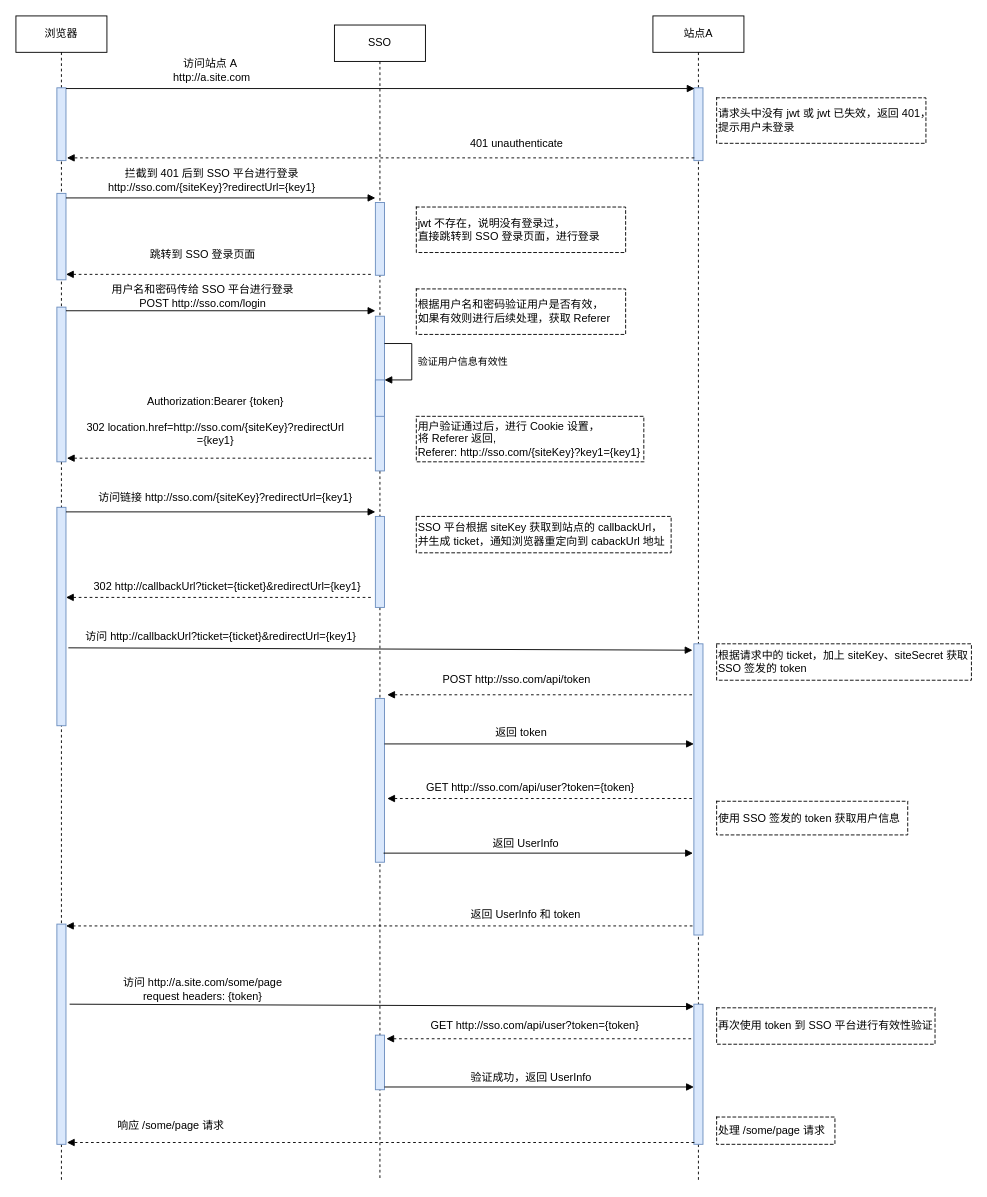
Earlier version of the draw.io diagram doc/单点登录时序图.drawio (Octoveau/sso-admin-service). Source tidied: cells renumbered, new cells numbered last; positions are measured from the earlier drawing's top-left corner, leaving out a move shared by most shapes. Both pictures are drawn from the tidied source at 91%, with x=0, y=0 at pixel (15, 15).
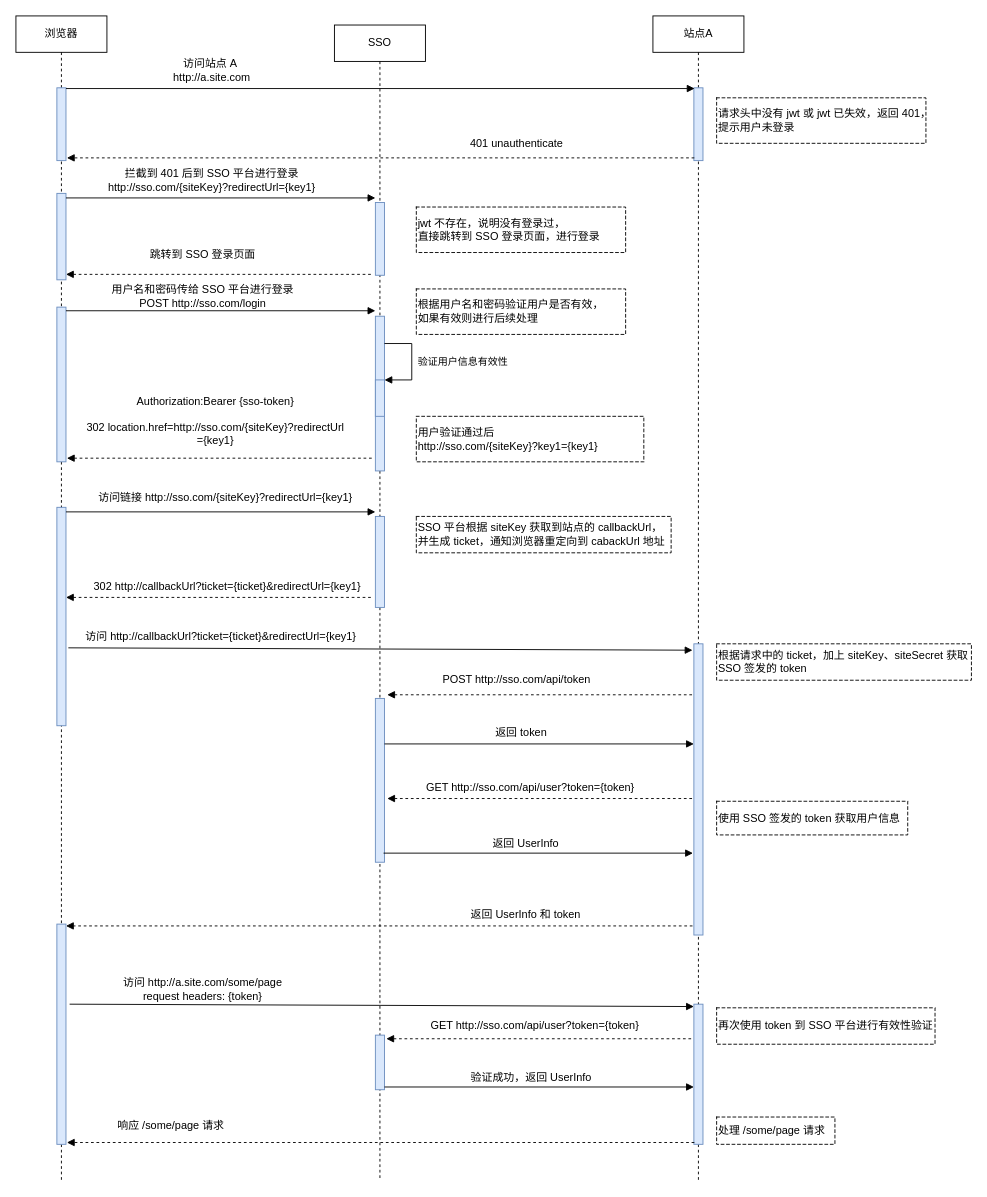
Above is the later version.

The change refers to these unchanged cells:
```xml
<mxCell id="9" value="SSO" style="shape=umlLifeline;perimeter=lifelinePerimeter;whiteSpace=wrap;html=1;" parent="1" vertex="1">
  <mxGeometry x="350" y="10" width="100" height="1270" as="geometry" />
</mxCell>
```

What changed in the source:
```diff
@@
-    <mxCell id="17" value="&lt;span style=&quot;text-align: left;&quot;&gt;Authorization&lt;/span&gt;:&lt;span style=&quot;text-align: left;&quot;&gt;Bearer&amp;nbsp;&lt;/span&gt;{token}&lt;br&gt;&lt;br&gt;302 location.href=http://sso.com/{siteKey}?redirectUrl&lt;br&gt;={key1}" style="text;html=1;align=center;verticalAlign=middle;strokeColor=none;fillColor=none;" parent="9" vertex="1">
+    <mxCell id="17" value="&lt;span style=&quot;text-align: left;&quot;&gt;Authorization&lt;/span&gt;:&lt;span style=&quot;text-align: left;&quot;&gt;Bearer&amp;nbsp;&lt;/span&gt;{sso-token}&lt;br&gt;&lt;br&gt;302 location.href=http://sso.com/{siteKey}?redirectUrl&lt;br&gt;={key1}" style="text;html=1;align=center;verticalAlign=middle;strokeColor=none;fillColor=none;" parent="9" vertex="1">
       <mxGeometry x="-286" y="400" width="310" height="70" as="geometry" />
     </mxCell>
@@
-    <mxCell id="34" value="根据用户名和密码验证用户是否有效，&lt;br&gt;如果有效则进行后续处理，获取 Referer" style="shape=partialRectangle;html=1;top=1;align=left;dashed=1;" parent="1" vertex="1">
+    <mxCell id="34" value="根据用户名和密码验证用户是否有效，&lt;br&gt;如果有效则进行后续处理" style="shape=partialRectangle;html=1;top=1;align=left;dashed=1;" parent="1" vertex="1">
       <mxGeometry x="440" y="300" width="230" height="50" as="geometry" />
     </mxCell>
@@
-    <mxCell id="36" value="用户验证通过后，进行 Cookie 设置，&lt;br&gt;将 Referer 返回,&lt;br&gt;&lt;span style=&quot;text-align: center;&quot;&gt;Referer: http://sso.com/{siteKey}?key1={key1}&lt;/span&gt;" style="shape=partialRectangle;html=1;top=1;align=left;dashed=1;" parent="1" vertex="1">
+    <mxCell id="36" value="用户验证通过后&lt;br&gt;&lt;span style=&quot;text-align: center;&quot;&gt;http://sso.com/{siteKey}?key1={key1}&lt;/span&gt;" style="shape=partialRectangle;html=1;top=1;align=left;dashed=1;" parent="1" vertex="1">
       <mxGeometry x="440" y="440" width="250" height="50" as="geometry" />
     </mxCell>
```
